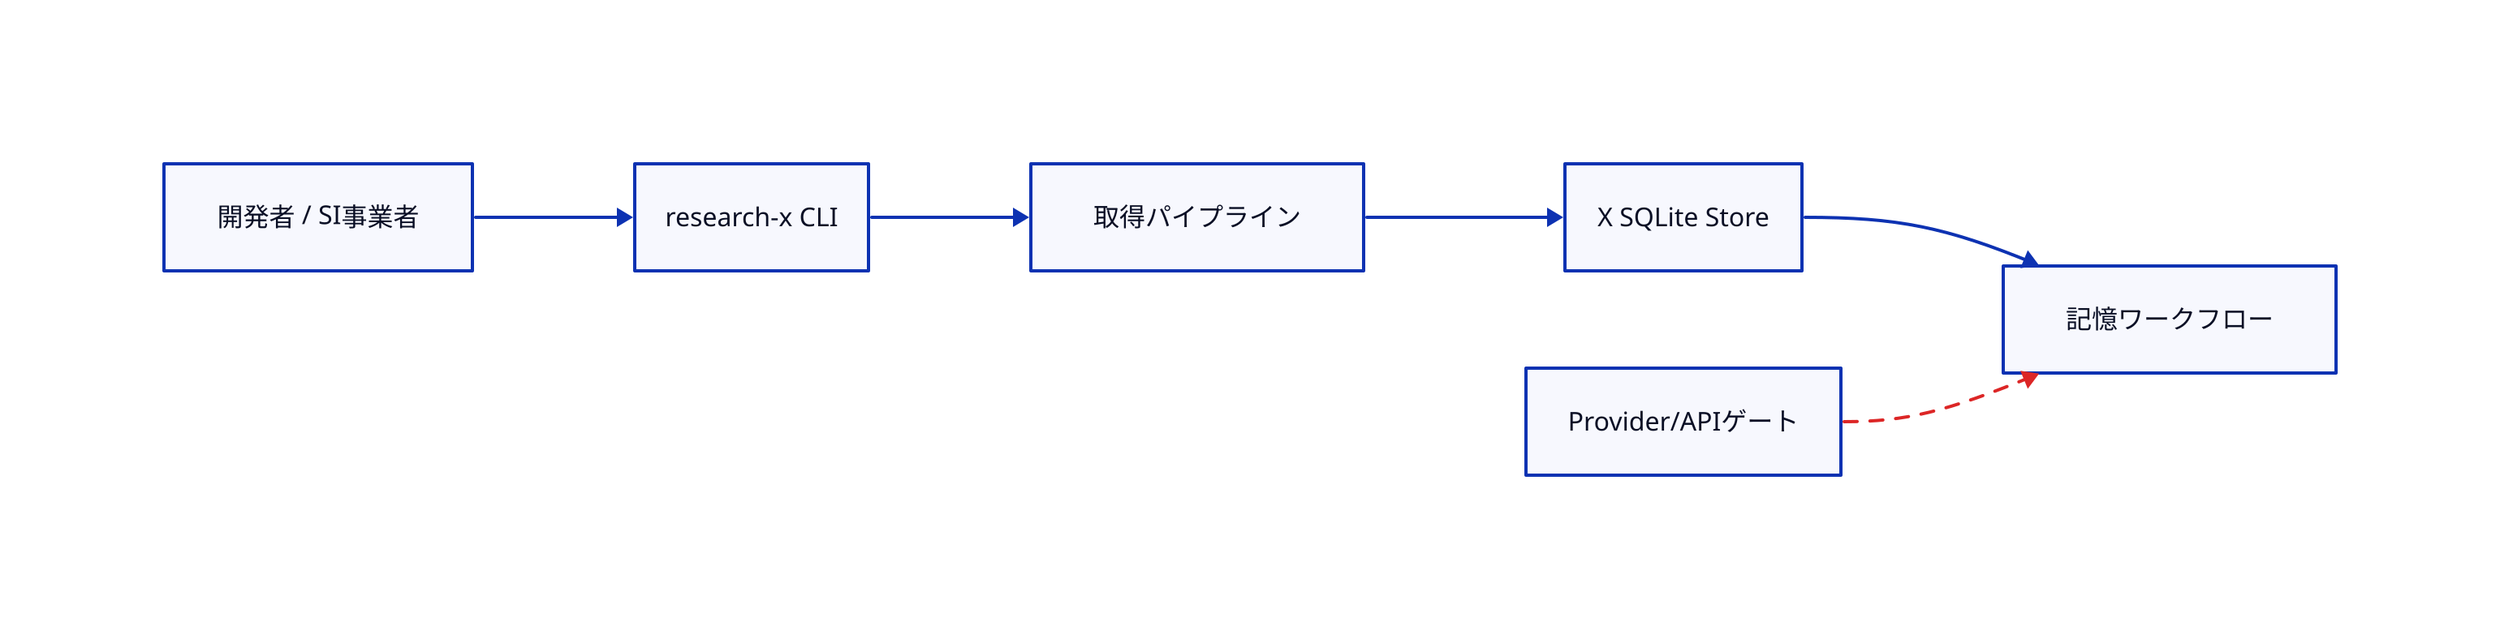
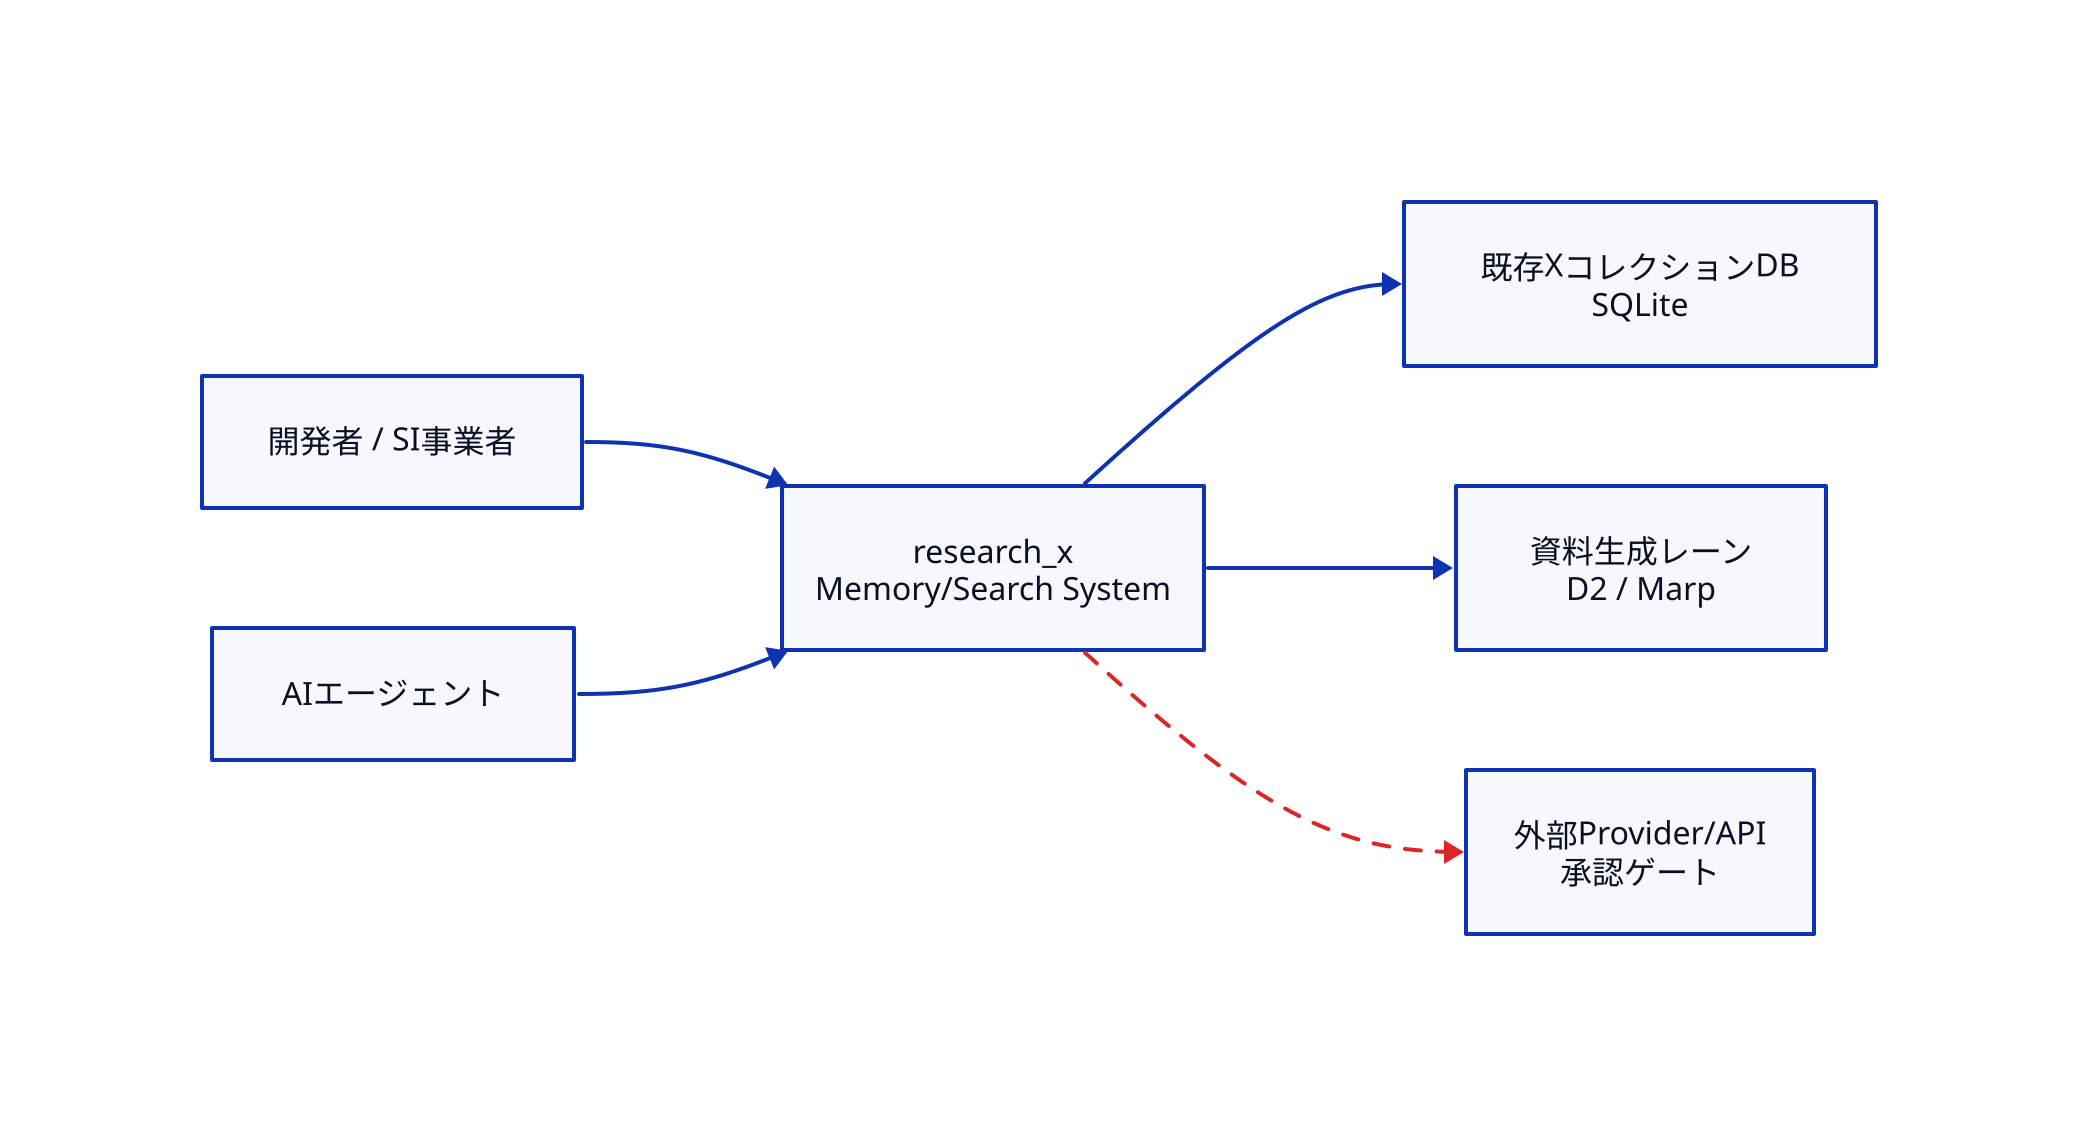
direction: right

- user: "開発者 / SI事業者"
- cli: "research-x CLI"
- acq: "取得パイプライン"
- store: "X SQLite Store"
- memory: "記憶ワークフロー"
- gate: "Provider/APIゲート"
+ dev: "開発者 / SI事業者"
+ agent: "AIエージェント"
+ system: "research_x\nMemory/Search System"
+ xstore: "既存XコレクションDB\nSQLite"
+ provider: "外部Provider/API\n承認ゲート"
+ deck: "資料生成レーン\nD2 / Marp"

- user -> cli
- cli -> acq
- acq -> store
- store -> memory
- gate -> memory {
+ dev -> system
+ agent -> system
+ system -> xstore
+ system -> deck
+ system -> provider {
  style.stroke: "#dc2626"
  style.stroke-dash: 4
}
